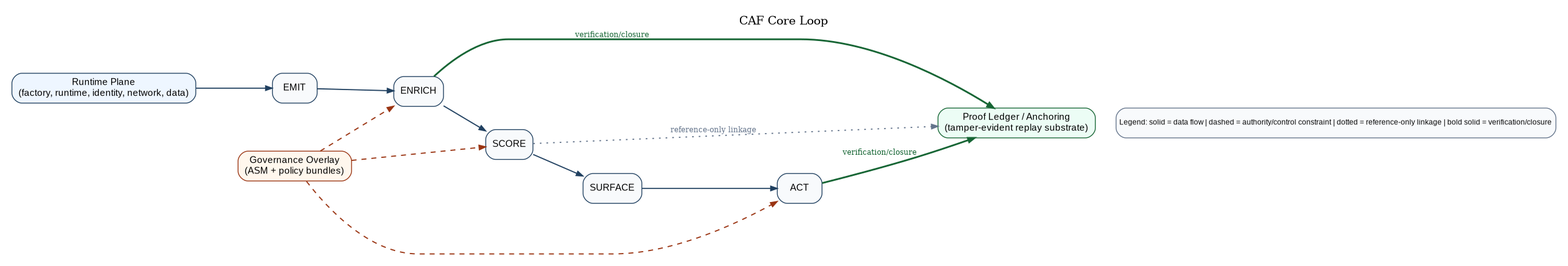
The Graphviz diagram papers/caf-ra/diagrams/caf_core_minimal.png in anboas/Whitepaper, before a commit. Its source is kept beside it as papers/caf-ra/diagrams-src/caf_core_minimal.dot.
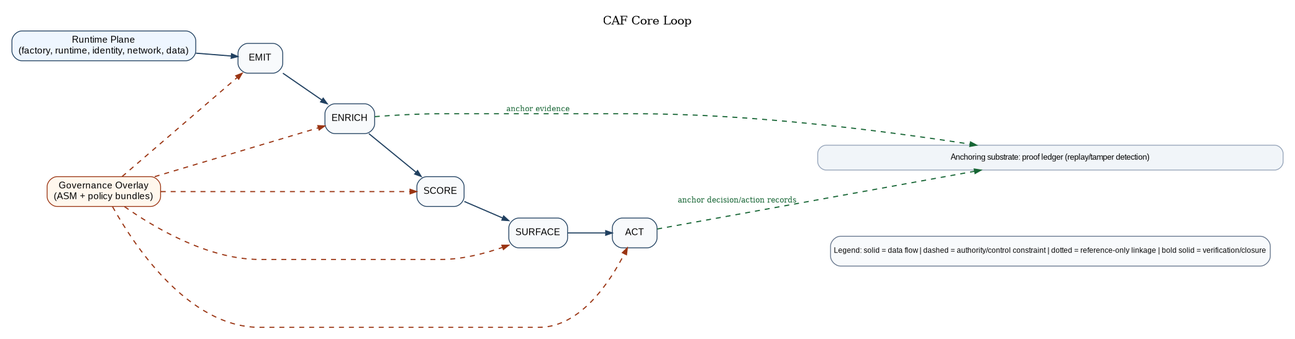
The same file after the commit.

Commit message:
align CAF Fig1/2 with doctrine: full governance touchpoints and contract cards

The edit, as a diff of the source:
```diff
@@ -20,18 +20,30 @@
   Act [label="ACT"];
 
   Governance [label="Governance Overlay\n(ASM + policy bundles)", fillcolor="#FFF7ED", color="#9A3412"];
-  Ledger [label="Proof Ledger / Anchoring\n(tamper-evident replay substrate)", fillcolor="#ECFDF5", color="#166534"];
+
+  Substrate [
+    shape=box,
+    style="rounded,filled",
+    fixedsize=true,
+    width=7.8,
+    height=0.42,
+    fillcolor="#F1F5F9",
+    color="#94A3B8",
+    fontsize=9.4,
+    label="Anchoring substrate: proof ledger (replay/tamper detection)"
+  ];
 
   Runtime -> Emit;
   Emit -> Enrich -> Score -> Surface -> Act;
 
+  Governance -> Emit   [style=dashed, color="#9A3412", penwidth=1.35];
   Governance -> Enrich [style=dashed, color="#9A3412", penwidth=1.35];
-  Governance -> Score [style=dashed, color="#9A3412", penwidth=1.35];
-  Governance -> Act [style=dashed, color="#9A3412", penwidth=1.35];
+  Governance -> Score  [style=dashed, color="#9A3412", penwidth=1.35];
+  Governance -> Surface[style=dashed, color="#9A3412", penwidth=1.35];
+  Governance -> Act    [style=dashed, color="#9A3412", penwidth=1.35];
 
-  Enrich -> Ledger [style=bold, color="#166534", penwidth=2.1, label="verification/closure", fontsize=9.2, fontcolor="#166534"];
-  Act -> Ledger [style=bold, color="#166534", penwidth=2.1, label="verification/closure", fontsize=9.2, fontcolor="#166534"];
-  Score -> Ledger [style=dotted, color="#64748B", label="reference-only linkage", fontsize=9.0, fontcolor="#64748B"];
+  Enrich -> Substrate [style=dashed, color="#166534", penwidth=1.35, label="anchor evidence", fontsize=9.0, fontcolor="#166534"];
+  Act -> Substrate    [style=dashed, color="#166534", penwidth=1.35, label="anchor decision/action records", fontsize=9.0, fontcolor="#166534"];
 
   Legend [
     shape=box,
@@ -44,6 +56,6 @@
     label="Legend: solid = data flow | dashed = authority/control constraint | dotted = reference-only linkage | bold solid = verification/closure"
   ];
 
-  { rank=sink; Legend; }
-  Ledger -> Legend [style=invis, weight=0.01, constraint=false];
+  { rank=sink; Substrate; Legend; }
+  Substrate -> Legend [style=invis, weight=0.01, constraint=false];
 }
```
